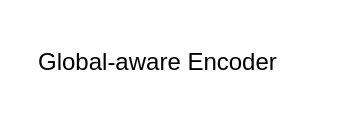
Above: Untitled Diagram.drawio in Shen-Qiu/d3 (draw.io), before the change. Source tidied: cells renumbered, new cells numbered last; positions are measured from the earlier drawing's top-left corner, leaving out a move shared by most shapes. Both pictures are drawn from the tidied source at 200%, with x=0, y=0 at pixel (34, 34).
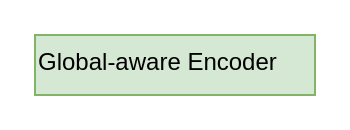
The same page after the edit.

What changed in the source:
```diff
@@
 <mxGraphModel>
   <root>
     <mxCell id="0" />
     <mxCell id="1" parent="0" />
-    <mxCell id="2" value="Global-aware Encoder" style="text;whiteSpace=wrap;html=1;" parent="1" vertex="1">
+    <mxCell id="2" value="Global-aware Encoder" style="text;whiteSpace=wrap;html=1;fillColor=#d5e8d4;strokeColor=#82b366;" parent="1" vertex="1">
       <mxGeometry width="140" height="30" as="geometry" />
     </mxCell>
   </root>
 </mxGraphModel>
```
